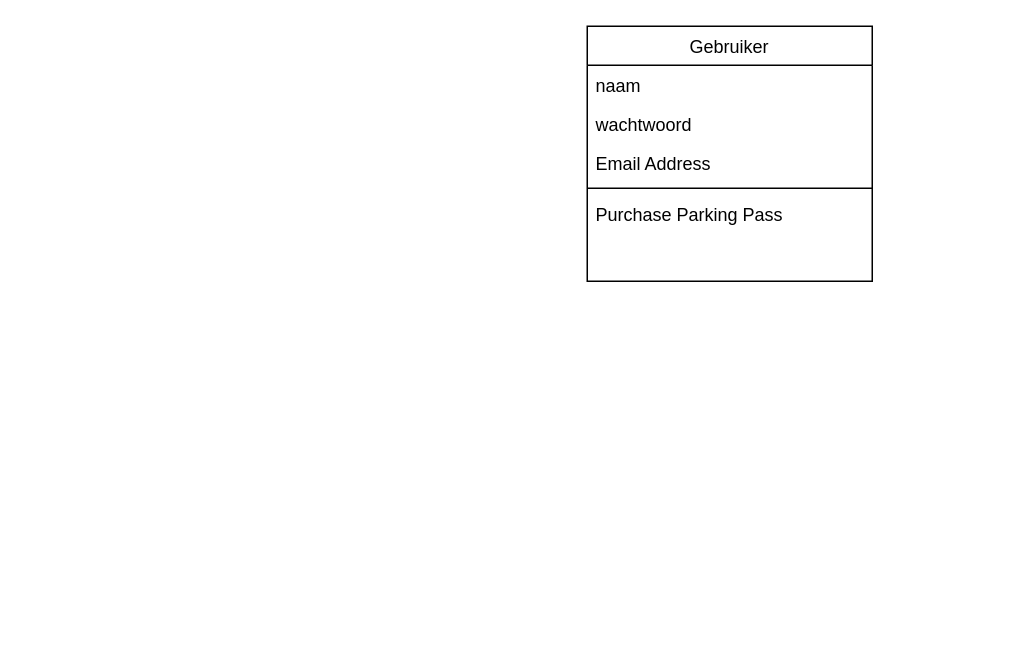
Earlier version of the draw.io diagram OPT3-2023/documentation/Untitled Diagram.drawio (jipiekaye/OPT3-2023). Source tidied: cells renumbered, new cells numbered last; positions are measured from the earlier drawing's top-left corner, leaving out a move shared by most shapes. Both pictures are drawn from the tidied source at 150%, with x=0, y=0 at pixel (586, 26).
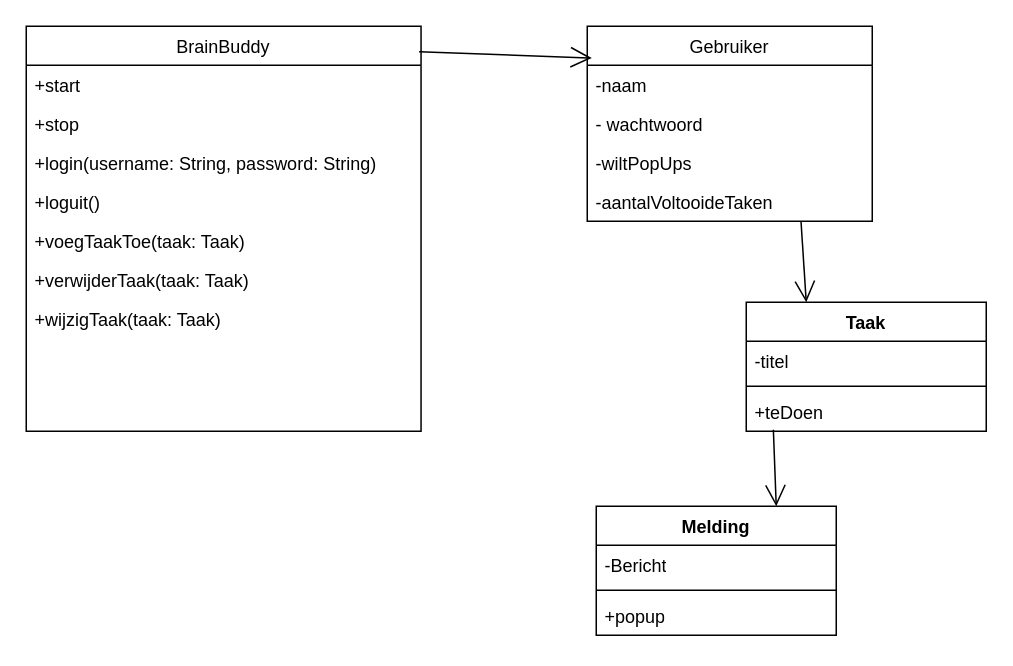
The same page after the edit.

Diff of the diagram source:
```diff
@@
     <mxCell id="2" value="Gebruiker" style="swimlane;fontStyle=0;align=center;verticalAlign=top;horizontal=1;startSize=26;rounded=0;shadow=0;strokeWidth=1;" parent="1" vertex="1">
-      <mxGeometry width="190" height="170" as="geometry" />
+      <mxGeometry width="190" height="130" as="geometry" />
     </mxCell>
-    <mxCell id="3" value="naam" style="text;align=left;verticalAlign=top;spacingLeft=4;spacingRight=4;overflow=hidden;" parent="2" vertex="1">
+    <mxCell id="3" value="-naam" style="text;align=left;verticalAlign=top;spacingLeft=4;spacingRight=4;overflow=hidden;" parent="2" vertex="1">
       <mxGeometry y="26" width="190" height="26" as="geometry" />
     </mxCell>
-    <mxCell id="4" value="wachtwoord" style="text;align=left;verticalAlign=top;spacingLeft=4;spacingRight=4;overflow=hidden;rounded=0;shadow=0;html=0;" parent="2" vertex="1">
+    <mxCell id="4" value="- wachtwoord" style="text;align=left;verticalAlign=top;spacingLeft=4;spacingRight=4;overflow=hidden;rounded=0;shadow=0;html=0;" parent="2" vertex="1">
       <mxGeometry y="52" width="190" height="26" as="geometry" />
     </mxCell>
-    <mxCell id="5" value="Email Address" style="text;align=left;verticalAlign=top;spacingLeft=4;spacingRight=4;overflow=hidden;rounded=0;shadow=0;html=0;" parent="2" vertex="1">
-      <mxGeometry y="78" width="190" height="26" as="geometry" />
-    </mxCell>
-    <mxCell id="6" style="line;html=1;strokeWidth=1;align=left;verticalAlign=middle;spacingTop=-1;spacingLeft=3;spacingRight=3;labelPosition=right;" parent="2" vertex="1">
-      <mxGeometry y="104" width="190" height="8" as="geometry" />
-    </mxCell>
-    <mxCell id="7" value="Purchase Parking Pass" style="text;align=left;verticalAlign=top;spacingLeft=4;spacingRight=4;overflow=hidden;" parent="2" vertex="1">
-      <mxGeometry y="112" width="190" height="26" as="geometry" />
-    </mxCell>
+    <mxCell id="8" value="-wiltPopUps" style="text;align=left;verticalAlign=top;spacingLeft=4;spacingRight=4;overflow=hidden;rounded=0;shadow=0;html=0;" parent="2" vertex="1">
+      <mxGeometry y="78" width="190" height="26" as="geometry" />
+    </mxCell>
+    <mxCell id="9" value="-aantalVoltooideTaken" style="text;align=left;verticalAlign=top;spacingLeft=4;spacingRight=4;overflow=hidden;rounded=0;shadow=0;html=0;" parent="2" vertex="1">
+      <mxGeometry y="104" width="190" height="26" as="geometry" />
+    </mxCell>
+    <mxCell id="10" value="Taak" style="swimlane;fontStyle=1;align=center;verticalAlign=top;horizontal=1;startSize=26;whiteSpace=wrap;html=1;" parent="1" vertex="1">
+      <mxGeometry x="106" y="184" width="160" height="86" as="geometry" />
+    </mxCell>
+    <mxCell id="11" value="-titel" style="text;strokeColor=none;fillColor=none;align=left;verticalAlign=top;spacingLeft=4;spacingRight=4;overflow=hidden;whiteSpace=wrap;html=1;" parent="10" vertex="1">
+      <mxGeometry y="26" width="160" height="26" as="geometry" />
+    </mxCell>
+    <mxCell id="12" style="line;strokeWidth=1;fillColor=none;align=left;verticalAlign=middle;spacingTop=-1;spacingLeft=3;spacingRight=3;labelPosition=right;strokeColor=inherit;" parent="10" vertex="1">
+      <mxGeometry y="52" width="160" height="8" as="geometry" />
+    </mxCell>
+    <mxCell id="13" value="+teDoen" style="text;strokeColor=none;fillColor=none;align=left;verticalAlign=top;spacingLeft=4;spacingRight=4;overflow=hidden;points=[[0,0.5],[1,0.5]];portConstraint=eastwest;whiteSpace=wrap;html=1;" parent="10" vertex="1">
+      <mxGeometry y="60" width="160" height="26" as="geometry" />
+    </mxCell>
+    <mxCell id="14" value="Melding" style="swimlane;fontStyle=1;align=center;verticalAlign=top;horizontal=1;startSize=26;whiteSpace=wrap;html=1;" parent="1" vertex="1">
+      <mxGeometry x="6" y="320" width="160" height="86" as="geometry" />
+    </mxCell>
+    <mxCell id="15" value="-Bericht" style="text;strokeColor=none;fillColor=none;align=left;verticalAlign=top;spacingLeft=4;spacingRight=4;overflow=hidden;whiteSpace=wrap;html=1;" parent="14" vertex="1">
+      <mxGeometry y="26" width="160" height="26" as="geometry" />
+    </mxCell>
+    <mxCell id="16" style="line;strokeWidth=1;fillColor=none;align=left;verticalAlign=middle;spacingTop=-1;spacingLeft=3;spacingRight=3;labelPosition=right;strokeColor=inherit;" parent="14" vertex="1">
+      <mxGeometry y="52" width="160" height="8" as="geometry" />
+    </mxCell>
+    <mxCell id="17" value="+popup" style="text;strokeColor=none;fillColor=none;align=left;verticalAlign=top;spacingLeft=4;spacingRight=4;overflow=hidden;whiteSpace=wrap;html=1;" parent="14" vertex="1">
+      <mxGeometry y="60" width="160" height="26" as="geometry" />
+    </mxCell>
+    <mxCell id="18" value="BrainBuddy" style="swimlane;fontStyle=0;align=center;verticalAlign=top;horizontal=1;startSize=26;rounded=0;shadow=0;strokeWidth=1;" parent="1" vertex="1">
+      <mxGeometry x="-374" width="263.2" height="270" as="geometry" />
+    </mxCell>
+    <mxCell id="19" value="+start" style="text;align=left;verticalAlign=top;spacingLeft=4;spacingRight=4;overflow=hidden;" parent="18" vertex="1">
+      <mxGeometry y="26" width="263.2" height="26" as="geometry" />
+    </mxCell>
+    <mxCell id="20" value="+stop" style="text;align=left;verticalAlign=top;spacingLeft=4;spacingRight=4;overflow=hidden;" parent="18" vertex="1">
+      <mxGeometry y="52" width="263.2" height="26" as="geometry" />
+    </mxCell>
+    <mxCell id="21" value="+login(username: String, password: String)" style="text;align=left;verticalAlign=top;spacingLeft=4;spacingRight=4;overflow=hidden;" parent="18" vertex="1">
+      <mxGeometry y="78" width="263.2" height="26" as="geometry" />
+    </mxCell>
+    <mxCell id="22" value="+loguit()" style="text;align=left;verticalAlign=top;spacingLeft=4;spacingRight=4;overflow=hidden;" parent="18" vertex="1">
+      <mxGeometry y="104" width="263.2" height="26" as="geometry" />
+    </mxCell>
+    <mxCell id="23" value="+voegTaakToe(taak: Taak)" style="text;align=left;verticalAlign=top;spacingLeft=4;spacingRight=4;overflow=hidden;" parent="18" vertex="1">
+      <mxGeometry y="130" width="263.2" height="26" as="geometry" />
+    </mxCell>
+    <mxCell id="24" value="+verwijderTaak(taak: Taak)" style="text;align=left;verticalAlign=top;spacingLeft=4;spacingRight=4;overflow=hidden;" parent="18" vertex="1">
+      <mxGeometry y="156" width="263.2" height="26" as="geometry" />
+    </mxCell>
+    <mxCell id="25" value="+wijzigTaak(taak: Taak)" style="text;align=left;verticalAlign=top;spacingLeft=4;spacingRight=4;overflow=hidden;" parent="18" vertex="1">
+      <mxGeometry y="182" width="263.2" height="26" as="geometry" />
+    </mxCell>
+    <mxCell id="26" style="text;align=left;verticalAlign=top;spacingLeft=4;spacingRight=4;overflow=hidden;" parent="18" vertex="1">
+      <mxGeometry y="208" width="263.2" height="26" as="geometry" />
+    </mxCell>
+    <mxCell id="27" style="text;align=left;verticalAlign=top;spacingLeft=4;spacingRight=4;overflow=hidden;" parent="18" vertex="1">
+      <mxGeometry y="234" width="263.2" height="26" as="geometry" />
+    </mxCell>
+    <mxCell id="28" style="endArrow=open;endFill=1;endSize=12;html=1;rounded=0;exitX=0.113;exitY=0.962;exitDx=0;exitDy=0;entryX=0.75;entryY=0;entryDx=0;entryDy=0;exitPerimeter=0;" parent="1" edge="1" source="13" target="14">
+      <mxGeometry relative="1" as="geometry" />
+    </mxCell>
+    <mxCell id="29" style="endArrow=open;endFill=1;endSize=12;html=1;rounded=0;exitX=0.75;exitY=1;exitDx=0;exitDy=0;entryX=0.25;entryY=0;entryDx=0;entryDy=0;" parent="1" edge="1" source="2" target="10">
+      <mxGeometry relative="1" as="geometry" />
+    </mxCell>
+    <mxCell id="30" style="endArrow=open;endFill=1;endSize=12;html=1;rounded=0;exitX=0.995;exitY=0.063;exitDx=0;exitDy=0;entryX=0.016;entryY=0.163;entryDx=0;entryDy=0;exitPerimeter=0;entryPerimeter=0;" parent="1" edge="1" source="18" target="2">
+      <mxGeometry relative="1" as="geometry" />
+    </mxCell>
```
